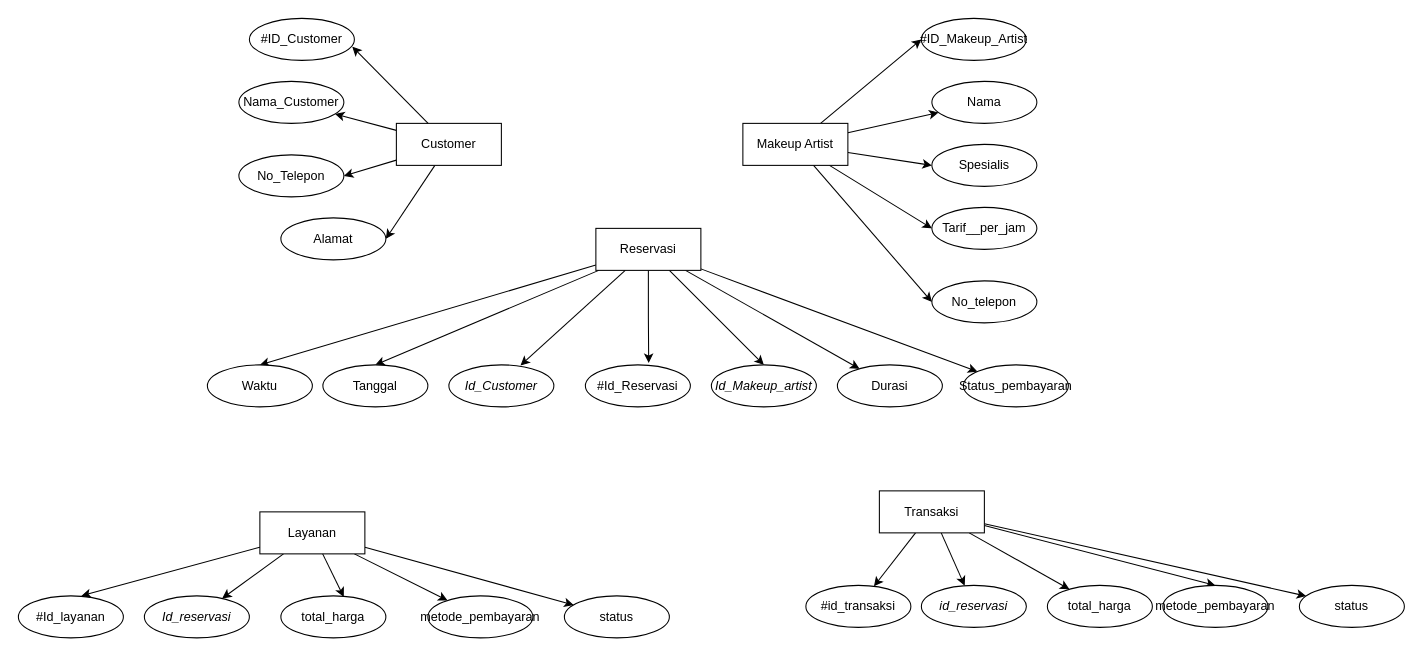
The draw.io diagram MinPro 1.drawio in k149191/Konsep-Basis-Data, before the edit. Source tidied: cells renumbered, new cells numbered last; positions are measured from the earlier drawing's top-left corner, leaving out a move shared by most shapes. Both pictures are drawn from the tidied source at 105%, with x=0, y=0 at pixel (18, 18).
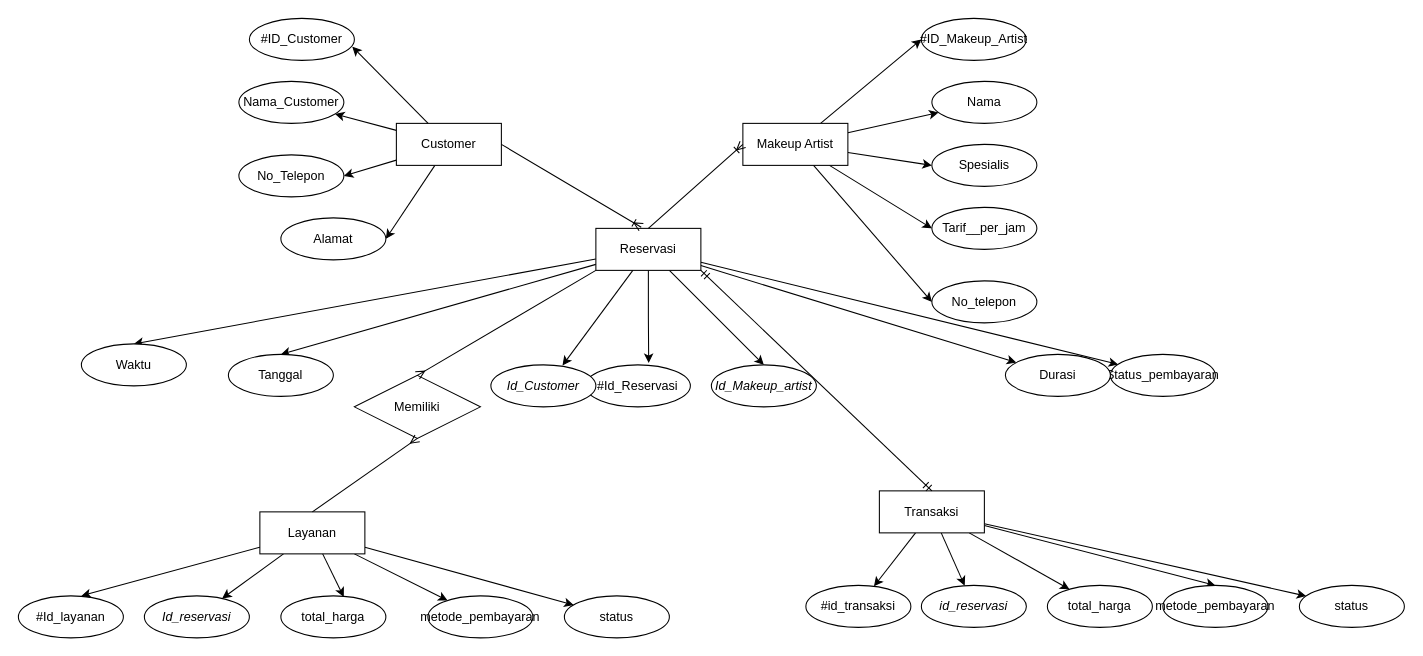
After the change.

Unchanged cells that the change refers to:
```xml
<mxCell id="8" value="Reservasi" style="whiteSpace=wrap;html=1;align=center;" parent="1" vertex="1">
  <mxGeometry x="550" y="200" width="100" height="40" as="geometry" />
</mxCell>
<mxCell id="14" value="Transaksi" style="whiteSpace=wrap;html=1;align=center;" parent="1" vertex="1">
  <mxGeometry x="820" y="450" width="100" height="40" as="geometry" />
</mxCell>
<mxCell id="19" value="Makeup Artist" style="whiteSpace=wrap;html=1;align=center;" parent="1" vertex="1">
  <mxGeometry x="690" y="100" width="100" height="40" as="geometry" />
</mxCell>
<mxCell id="23" value="Layanan" style="whiteSpace=wrap;html=1;align=center;" parent="1" vertex="1">
  <mxGeometry x="230" y="470" width="100" height="40" as="geometry" />
</mxCell>
<mxCell id="27" value="Customer" style="whiteSpace=wrap;html=1;align=center;" parent="1" vertex="1">
  <mxGeometry x="360" y="100" width="100" height="40" as="geometry" />
</mxCell>
```

Change to the diagram source:
```diff
@@
     <mxCell id="39" value="Status_pembayaran" style="ellipse;whiteSpace=wrap;html=1;align=center;" parent="1" vertex="1">
-      <mxGeometry x="900" y="330" width="100" height="40" as="geometry" />
+      <mxGeometry x="1040" y="320" width="100" height="40" as="geometry" />
     </mxCell>
     <mxCell id="40" value="Waktu" style="ellipse;whiteSpace=wrap;html=1;align=center;" parent="1" vertex="1">
-      <mxGeometry x="180" y="330" width="100" height="40" as="geometry" />
+      <mxGeometry x="60" y="310" width="100" height="40" as="geometry" />
     </mxCell>
     <mxCell id="41" value="Durasi" style="ellipse;whiteSpace=wrap;html=1;align=center;" parent="1" vertex="1">
-      <mxGeometry x="780" y="330" width="100" height="40" as="geometry" />
+      <mxGeometry x="940" y="320" width="100" height="40" as="geometry" />
     </mxCell>
     <mxCell id="42" value="Tanggal" style="ellipse;whiteSpace=wrap;html=1;align=center;" parent="1" vertex="1">
-      <mxGeometry x="290" y="330" width="100" height="40" as="geometry" />
+      <mxGeometry x="200" y="320" width="100" height="40" as="geometry" />
     </mxCell>
@@
     <mxCell id="45" value="&lt;i&gt;Id_Customer&lt;/i&gt;" style="ellipse;whiteSpace=wrap;html=1;align=center;" parent="1" vertex="1">
-      <mxGeometry x="410" y="330" width="100" height="40" as="geometry" />
+      <mxGeometry x="450" y="330" width="100" height="40" as="geometry" />
     </mxCell>
@@
+    <mxCell id="59" style="fontSize=12;html=1;endArrow=ERoneToMany;rounded=0;exitX=1;exitY=0.5;exitDx=0;exitDy=0;entryX=0.432;entryY=-0.028;entryDx=0;entryDy=0;entryPerimeter=0;" parent="1" edge="1" source="27" target="8">
+      <mxGeometry relative="1" as="geometry" />
+    </mxCell>
+    <mxCell id="60" style="fontSize=12;html=1;endArrow=ERoneToMany;rounded=0;exitX=0.5;exitY=0;exitDx=0;exitDy=0;entryX=0;entryY=0.5;entryDx=0;entryDy=0;" parent="1" edge="1" source="8" target="19">
+      <mxGeometry relative="1" as="geometry" />
+    </mxCell>
+    <mxCell id="61" value="Memiliki" style="shape=rhombus;perimeter=rhombusPerimeter;whiteSpace=wrap;html=1;align=center;" parent="1" vertex="1">
+      <mxGeometry x="320" y="340" width="120" height="60" as="geometry" />
+    </mxCell>
+    <mxCell id="62" style="fontSize=12;html=1;endArrow=ERmandOne;startArrow=ERmandOne;rounded=0;exitX=0.5;exitY=0;exitDx=0;exitDy=0;entryX=1;entryY=1;entryDx=0;entryDy=0;" parent="1" edge="1" source="14" target="8">
+      <mxGeometry relative="1" as="geometry" />
+    </mxCell>
+    <mxCell id="63" style="fontSize=12;html=1;endArrow=ERmany;rounded=0;exitX=0;exitY=1;exitDx=0;exitDy=0;entryX=0.5;entryY=0;entryDx=0;entryDy=0;" parent="1" edge="1" source="8" target="61">
+      <mxGeometry relative="1" as="geometry" />
+    </mxCell>
+    <mxCell id="64" style="fontSize=12;html=1;endArrow=ERmany;rounded=0;exitX=0.5;exitY=0;exitDx=0;exitDy=0;entryX=0.5;entryY=1;entryDx=0;entryDy=0;" parent="1" edge="1" source="23" target="61">
+      <mxGeometry relative="1" as="geometry" />
+    </mxCell>
```
